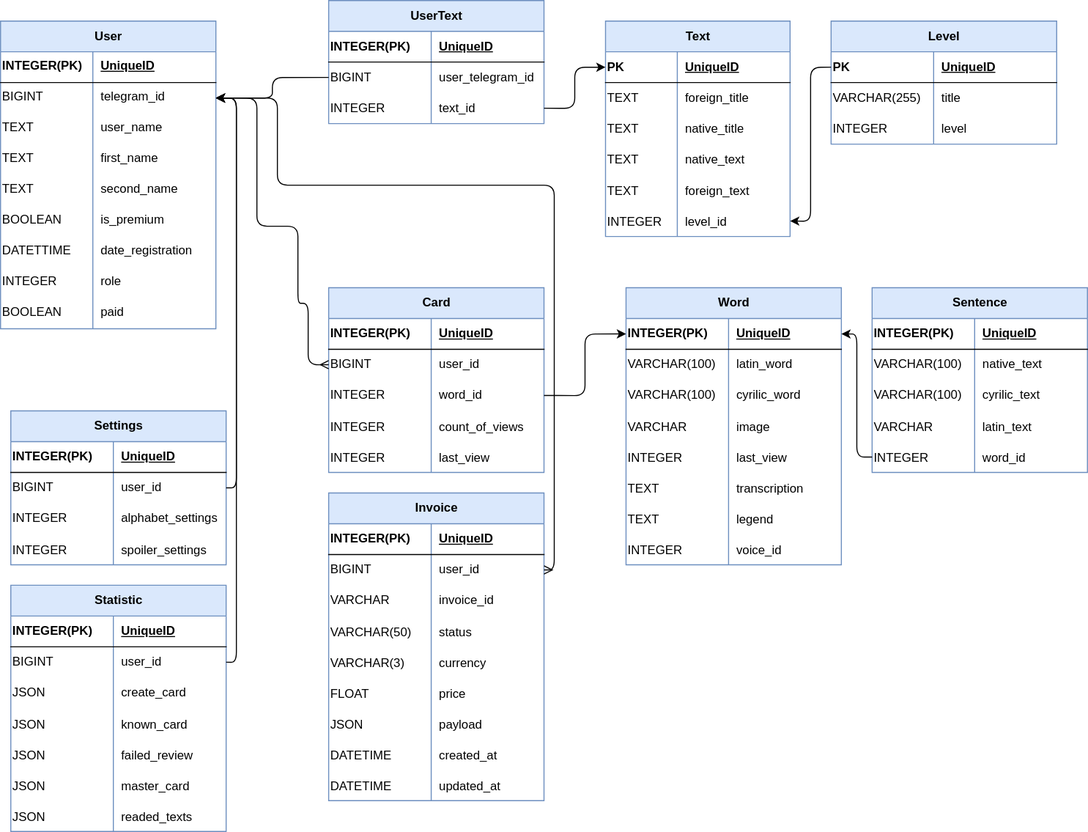
This is backend/diagrams/database.svg from andrewvect/tg_bot, a draw.io export, as it was before one commit. Source tidied: cells renumbered, new cells last; positions are measured from the earlier drawing's top-left corner, leaving out a move shared by most shapes.
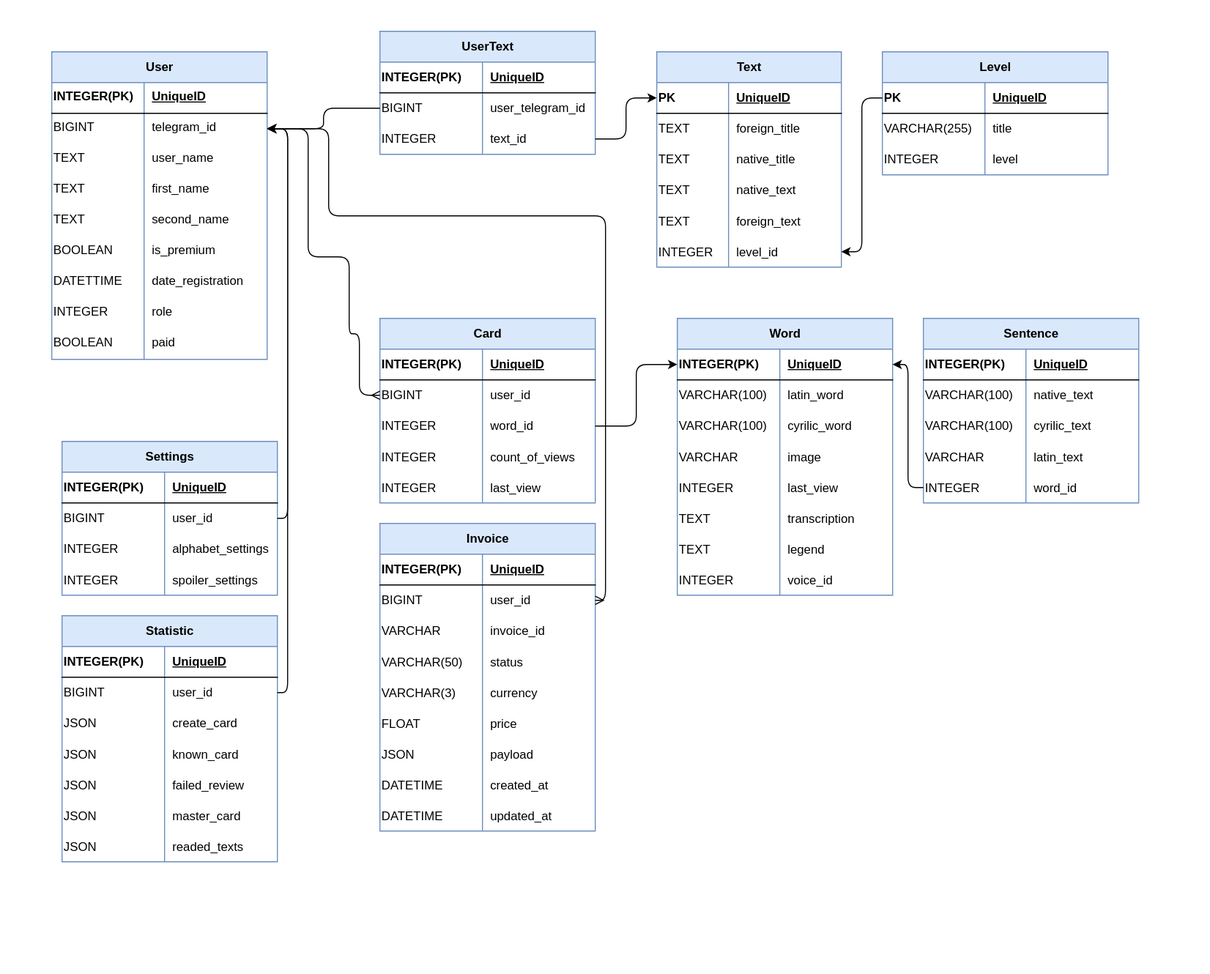
Above is the later version.

The edit, as a diff of the source:
```diff
@@ -606,5 +606,8 @@
         </Array>
       </mxGeometry>
     </mxCell>
+    <mxCell id="198" style="verticalLabelPosition=bottom;verticalAlign=top;html=1;shape=mxgraph.basic.rect;fillColor2=none;strokeWidth=1;size=20;indent=5;fillColor=none;strokeColor=none;" parent="1" vertex="1">
+      <mxGeometry x="-50" y="-30" width="1180" height="950" as="geometry" />
+    </mxCell>
   </root>
 </mxGraphModel>
```
